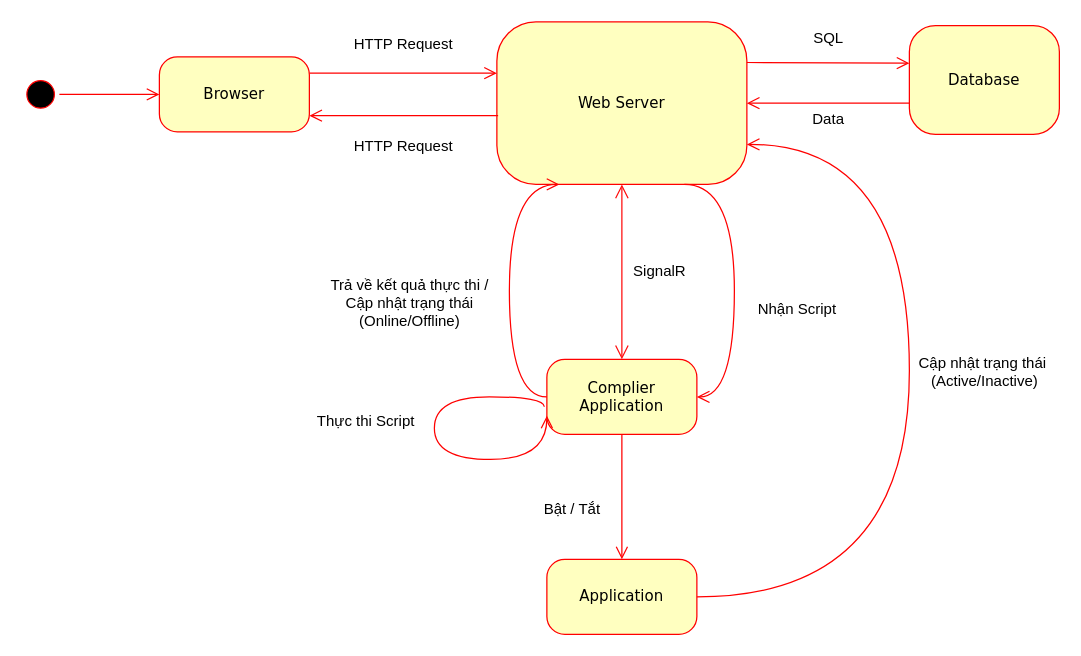
This is documents/implementations/Sơ đồ hình dung tổng thể/state.drawio from diennttlu/Graduation-Project, a draw.io file, before an edit. Source tidied: cells renumbered, new cells numbered last; positions are measured from the earlier drawing's top-left corner, leaving out a move shared by most shapes. Both pictures are drawn from the tidied source at 125%, with x=0, y=0 at pixel (21, 21).
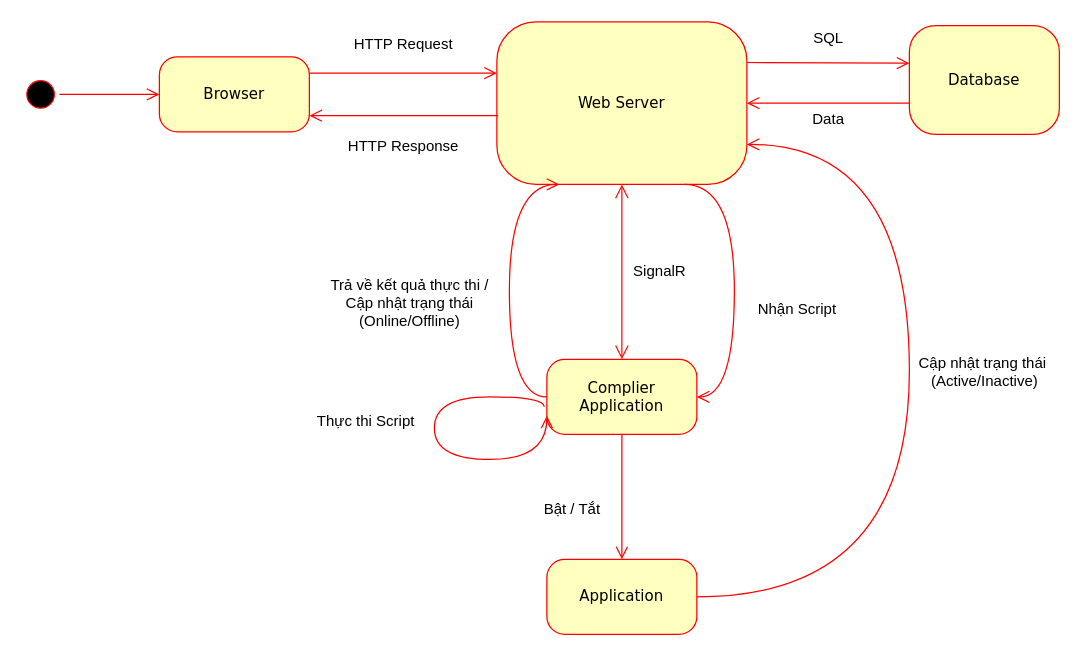
The same diagram, later.

Change to the diagram source:
```diff
@@
-    <mxCell id="12" value="HTTP Request" style="text;html=1;align=center;verticalAlign=middle;strokeColor=none;" parent="1" vertex="1">
-      <mxGeometry x="260" y="90" width="90" height="20" as="geometry" />
+    <mxCell id="12" value="HTTP Response" style="text;html=1;align=center;verticalAlign=middle;strokeColor=none;" parent="1" vertex="1">
+      <mxGeometry x="255" y="90" width="100" height="20" as="geometry" />
     </mxCell>
```
